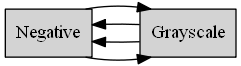
This is Proyecto1_EDD_201701133/GraficaFILTRO.png from SelvinLP/EDD_2S2019_PY1_201701133, a Graphviz export, as it was before one commit. Its source is kept beside it as Proyecto1_EDD_201701133/GraficaFILTRO.dot.
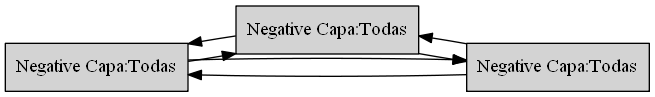
Above is the later version.

Change to the diagram source:
```diff
@@ -2,10 +2,13 @@
 size="9,9"
 rankdir=LR
 node[shape=record,style=filled]
-"Negative0"[label =" Negative"];
-"Negative0"->"Grayscale1";
-"Negative0"->"Grayscale1" [dir=back];
-"Grayscale1"[label =" Grayscale"];
-"Grayscale1"->"Negative0";
-"Grayscale1"->"Negative0" [dir=back];
+"Negative0"[label =" Negative Capa:Todas"];
+"Negative0"->"Negative1";
+"Negative0"->"Negative1" [dir=back];
+"Negative1"[label =" Negative Capa:Todas"];
+"Negative1"->"Negative2";
+"Negative1"->"Negative2"[dir=back];
+"Negative2"[label =" Negative Capa:Todas"];
+"Negative2"->"Negative0";
+"Negative2"->"Negative0" [dir=back];
 }
```
